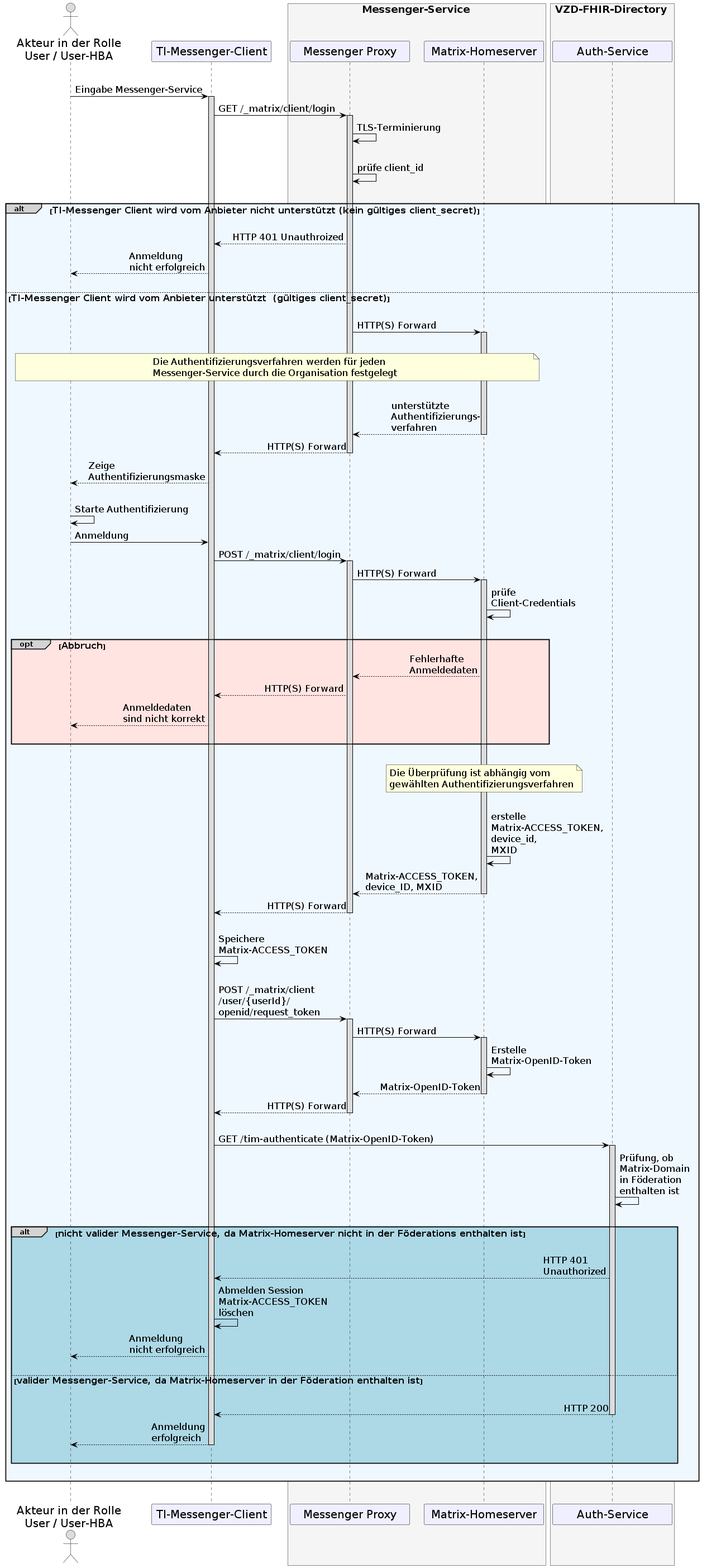
Before: images/diagrams/TI-Messenger-Dienst/Ressourcen/UC_10057_Seq.png, a diagram exported from PlantUML (gematik/api-ti-messenger).
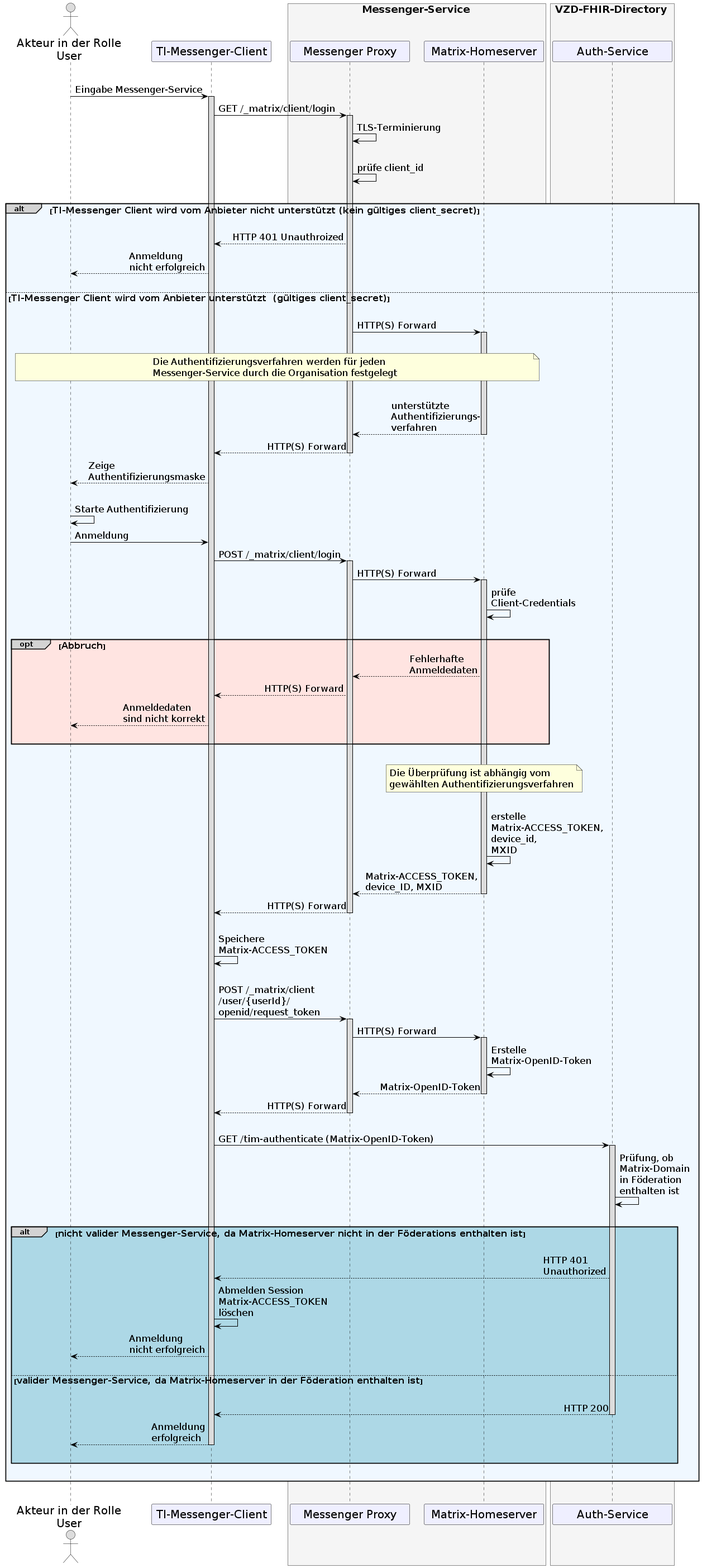
The same diagram one commit later.

Diff of the diagram source:
```diff
@@ -14,7 +14,6 @@
 
 ParticipantBorderColor Motivation
 ParticipantBackgroundColor Motivation
-ParticipantFontName Impact
 ParticipantFontSize 20
 ParticipantFontColor black
 ParticipantBorderColor Black
@@ -25,7 +24,7 @@
 ActorFontSize 20
 ActorFontName Aapex
 }
-    actor U as "Akteur in der Rolle\nUser / User-HBA"
+    actor U as "Akteur in der Rolle\nUser"
     participant C as "TI-Messenger-Client"
     box <size:18>Messenger-Service</size> #WhiteSmoke
       participant MP as "Messenger Proxy"
```
